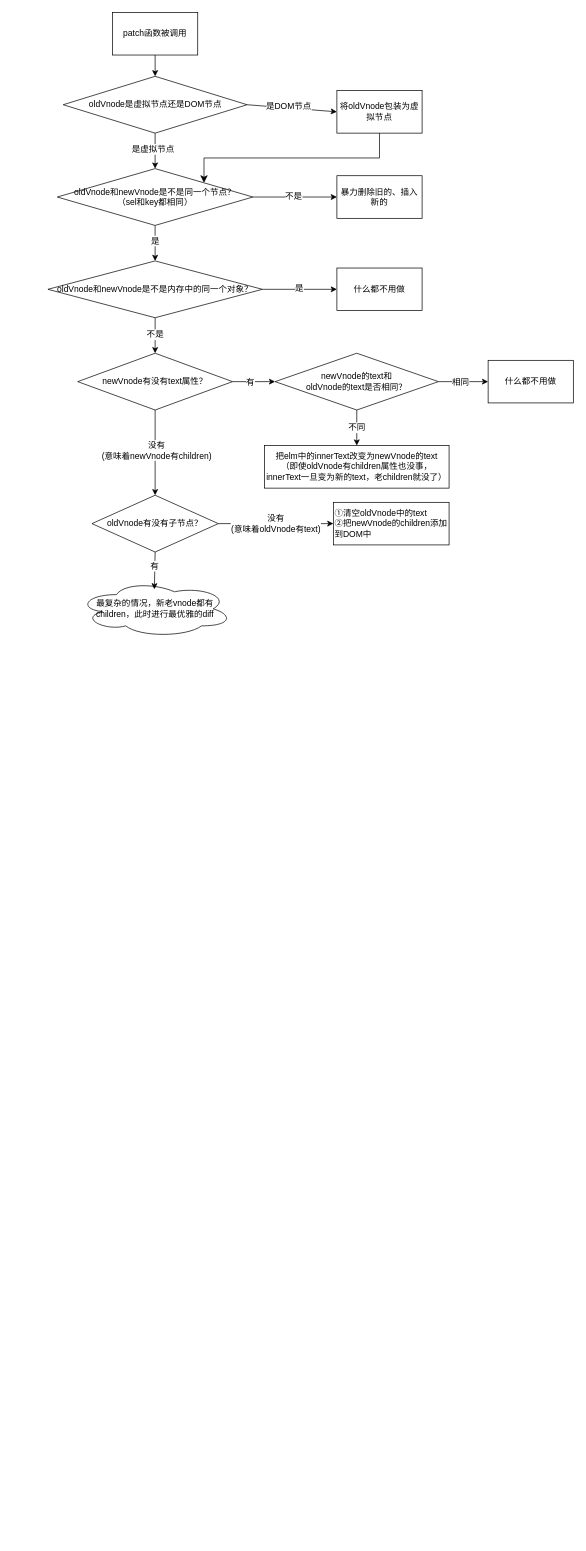
This is process.drawio from lToBContinued/virtual-dom-and-diff-algorithm, a draw.io file, before an edit. Source tidied: cells renumbered, new cells numbered last; positions are measured from the earlier drawing's top-left corner, leaving out a move shared by most shapes. Both pictures are drawn from the tidied source at 71%, with x=0, y=0 at pixel (48, 12).
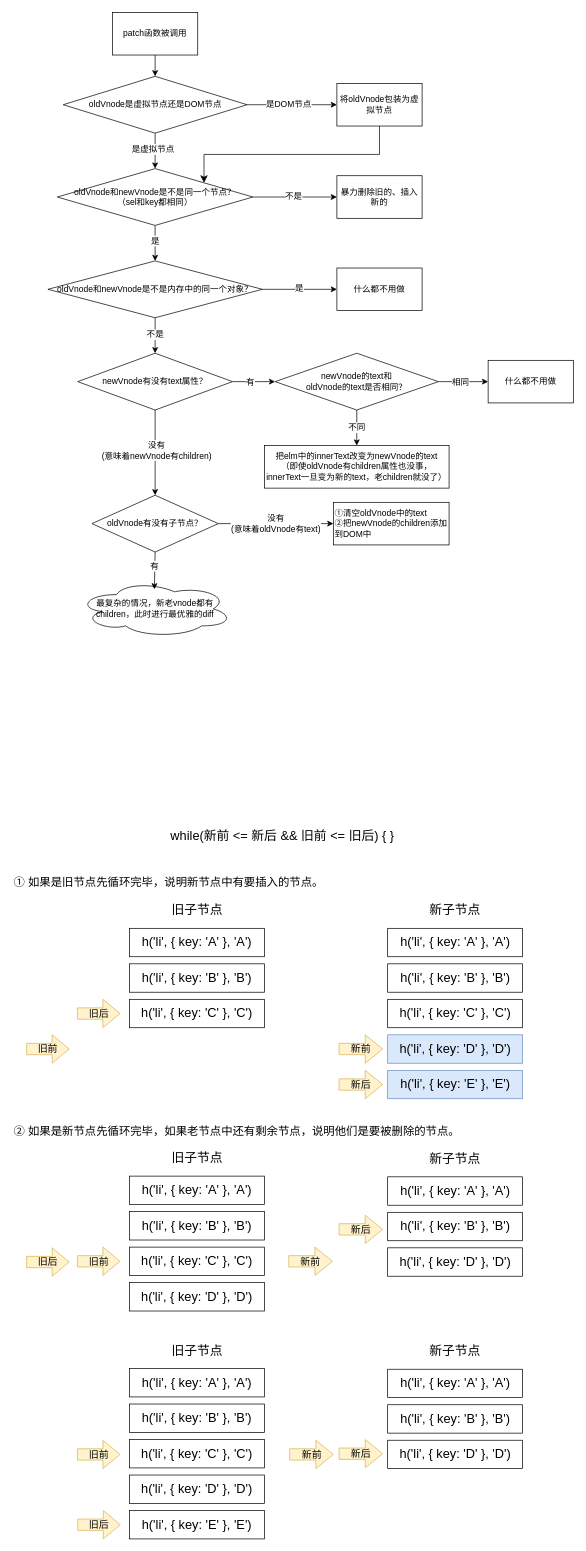
After the change.

The edit, as a diff of the source:
```diff
@@
     <mxCell id="9" value="将oldVnode包装为虚拟节点" style="rounded=0;whiteSpace=wrap;html=1;fontSize=12;" parent="1" vertex="1">
-      <mxGeometry x="407" y="110" width="120" height="60" as="geometry" />
+      <mxGeometry x="407" y="100" width="120" height="60" as="geometry" />
     </mxCell>
@@
+    <mxCell id="42" value="h('li', { key: 'A' }, 'A')" style="rounded=0;whiteSpace=wrap;html=1;fontSize=18;" parent="1" vertex="1">
+      <mxGeometry x="115" y="1290" width="190" height="40" as="geometry" />
+    </mxCell>
+    <mxCell id="43" value="旧子节点" style="text;html=1;align=center;verticalAlign=middle;whiteSpace=wrap;rounded=0;fontSize=18;" parent="1" vertex="1">
+      <mxGeometry x="167.5" y="1250" width="85" height="30" as="geometry" />
+    </mxCell>
+    <mxCell id="44" value="新子节点" style="text;html=1;align=center;verticalAlign=middle;whiteSpace=wrap;rounded=0;fontSize=18;" parent="1" vertex="1">
+      <mxGeometry x="531" y="1250" width="85" height="30" as="geometry" />
+    </mxCell>
+    <mxCell id="45" value="h('li', { key: 'B' }, 'B')" style="rounded=0;whiteSpace=wrap;html=1;fontSize=18;" parent="1" vertex="1">
+      <mxGeometry x="115" y="1340" width="190" height="40" as="geometry" />
+    </mxCell>
+    <mxCell id="46" value="h('li', { key: 'C' }, 'C')" style="rounded=0;whiteSpace=wrap;html=1;fontSize=18;" parent="1" vertex="1">
+      <mxGeometry x="115" y="1390" width="190" height="40" as="geometry" />
+    </mxCell>
+    <mxCell id="47" value="h('li', { key: 'A' }, 'A')" style="rounded=0;whiteSpace=wrap;html=1;fontSize=18;" parent="1" vertex="1">
+      <mxGeometry x="478.5" y="1290" width="190" height="40" as="geometry" />
+    </mxCell>
+    <mxCell id="48" value="h('li', { key: 'B' }, 'B')" style="rounded=0;whiteSpace=wrap;html=1;fontSize=18;" parent="1" vertex="1">
+      <mxGeometry x="478.5" y="1340" width="190" height="40" as="geometry" />
+    </mxCell>
+    <mxCell id="49" value="h('li', { key: 'C' }, 'C')" style="rounded=0;whiteSpace=wrap;html=1;fontSize=18;" parent="1" vertex="1">
+      <mxGeometry x="478.5" y="1390" width="190" height="40" as="geometry" />
+    </mxCell>
+    <mxCell id="50" value="h('li', { key: 'D' }, 'D')" style="rounded=0;whiteSpace=wrap;html=1;fontSize=18;fillColor=#dae8fc;strokeColor=#6c8ebf;" parent="1" vertex="1">
+      <mxGeometry x="478.5" y="1440" width="190" height="40" as="geometry" />
+    </mxCell>
+    <mxCell id="51" value="h('li', { key: 'E' }, 'E')" style="rounded=0;whiteSpace=wrap;html=1;fontSize=18;labelBackgroundColor=none;fillColor=#dae8fc;strokeColor=#6c8ebf;" parent="1" vertex="1">
+      <mxGeometry x="478.5" y="1490" width="190" height="40" as="geometry" />
+    </mxCell>
+    <mxCell id="52" value="新前" style="shape=singleArrow;whiteSpace=wrap;html=1;arrowWidth=0.4;arrowSize=0.4;fontSize=14;fillColor=#fff2cc;strokeColor=#d6b656;" parent="1" vertex="1">
+      <mxGeometry x="410" y="1440" width="61.5" height="40" as="geometry" />
+    </mxCell>
+    <mxCell id="53" value="旧前" style="shape=singleArrow;whiteSpace=wrap;html=1;arrowWidth=0.4;arrowSize=0.4;fontSize=14;fillColor=#fff2cc;strokeColor=#d6b656;" parent="1" vertex="1">
+      <mxGeometry x="-30" y="1440" width="60" height="40" as="geometry" />
+    </mxCell>
+    <mxCell id="54" value="旧后" style="shape=singleArrow;whiteSpace=wrap;html=1;arrowWidth=0.4;arrowSize=0.4;fontSize=14;fillColor=#fff2cc;strokeColor=#d6b656;" parent="1" vertex="1">
+      <mxGeometry x="41.5" y="1390" width="60" height="40" as="geometry" />
+    </mxCell>
+    <mxCell id="55" value="新后" style="shape=singleArrow;whiteSpace=wrap;html=1;arrowWidth=0.4;arrowSize=0.4;fontSize=14;fillColor=#fff2cc;strokeColor=#d6b656;" parent="1" vertex="1">
+      <mxGeometry x="410" y="1490" width="61.5" height="40" as="geometry" />
+    </mxCell>
+    <mxCell id="56" value="while(新前 &amp;lt;= 新后 &amp;amp;&amp;amp; 旧前 &amp;lt;= 旧后) { }" style="text;html=1;align=center;verticalAlign=middle;strokeColor=none;fillColor=none;fontSize=18;" parent="1" vertex="1">
+      <mxGeometry x="160" y="1140" width="340" height="40" as="geometry" />
+    </mxCell>
+    <mxCell id="57" value="① 如果是旧节点先循环完毕，说明新节点中有要插入的节点。" style="text;html=1;align=left;verticalAlign=middle;strokeColor=none;fillColor=none;fontSize=16;" parent="1" vertex="1">
+      <mxGeometry x="-50" y="1210" width="460" height="30" as="geometry" />
+    </mxCell>
+    <mxCell id="58" value="② 如果是新节点先循环完毕，如果老节点中还有剩余节点，说明他们是要被删除的节点。" style="text;html=1;align=left;verticalAlign=middle;strokeColor=none;fillColor=none;fontSize=16;" parent="1" vertex="1">
+      <mxGeometry x="-50" y="1560" width="650" height="30" as="geometry" />
+    </mxCell>
+    <mxCell id="59" value="h('li', { key: 'A' }, 'A')" style="rounded=0;whiteSpace=wrap;html=1;fontSize=18;" parent="1" vertex="1">
+      <mxGeometry x="115" y="1639" width="190" height="40" as="geometry" />
+    </mxCell>
+    <mxCell id="60" value="旧子节点" style="text;html=1;align=center;verticalAlign=middle;whiteSpace=wrap;rounded=0;fontSize=18;" parent="1" vertex="1">
+      <mxGeometry x="167.5" y="1599" width="85" height="30" as="geometry" />
+    </mxCell>
+    <mxCell id="61" value="新子节点" style="text;html=1;align=center;verticalAlign=middle;whiteSpace=wrap;rounded=0;fontSize=18;" parent="1" vertex="1">
+      <mxGeometry x="531" y="1600" width="85" height="30" as="geometry" />
+    </mxCell>
+    <mxCell id="62" value="h('li', { key: 'B' }, 'B')" style="rounded=0;whiteSpace=wrap;html=1;fontSize=18;" parent="1" vertex="1">
+      <mxGeometry x="115" y="1689" width="190" height="40" as="geometry" />
+    </mxCell>
+    <mxCell id="63" value="h('li', { key: 'C' }, 'C')" style="rounded=0;whiteSpace=wrap;html=1;fontSize=18;" parent="1" vertex="1">
+      <mxGeometry x="115" y="1739" width="190" height="40" as="geometry" />
+    </mxCell>
+    <mxCell id="64" value="h('li', { key: 'A' }, 'A')" style="rounded=0;whiteSpace=wrap;html=1;fontSize=18;" parent="1" vertex="1">
+      <mxGeometry x="478.5" y="1640" width="190" height="40" as="geometry" />
+    </mxCell>
+    <mxCell id="65" value="h('li', { key: 'B' }, 'B')" style="rounded=0;whiteSpace=wrap;html=1;fontSize=18;" parent="1" vertex="1">
+      <mxGeometry x="478.5" y="1690" width="190" height="40" as="geometry" />
+    </mxCell>
+    <mxCell id="66" value="h('li', { key: 'D' }, 'D')" style="rounded=0;whiteSpace=wrap;html=1;fontSize=18;" parent="1" vertex="1">
+      <mxGeometry x="115" y="1789" width="190" height="40" as="geometry" />
+    </mxCell>
+    <mxCell id="67" value="新前" style="shape=singleArrow;whiteSpace=wrap;html=1;arrowWidth=0.4;arrowSize=0.4;fontSize=14;fillColor=#fff2cc;strokeColor=#d6b656;" parent="1" vertex="1">
+      <mxGeometry x="339.2" y="1739" width="61.5" height="40" as="geometry" />
+    </mxCell>
+    <mxCell id="68" value="旧前" style="shape=singleArrow;whiteSpace=wrap;html=1;arrowWidth=0.4;arrowSize=0.4;fontSize=14;fillColor=#fff2cc;strokeColor=#d6b656;" parent="1" vertex="1">
+      <mxGeometry x="41.5" y="1739" width="60" height="40" as="geometry" />
+    </mxCell>
+    <mxCell id="69" value="旧后" style="shape=singleArrow;whiteSpace=wrap;html=1;arrowWidth=0.4;arrowSize=0.4;fontSize=14;fillColor=#fff2cc;strokeColor=#d6b656;" parent="1" vertex="1">
+      <mxGeometry x="-30" y="1740" width="60" height="40" as="geometry" />
+    </mxCell>
+    <mxCell id="70" value="新后" style="shape=singleArrow;whiteSpace=wrap;html=1;arrowWidth=0.4;arrowSize=0.4;fontSize=14;fillColor=#fff2cc;strokeColor=#d6b656;" parent="1" vertex="1">
+      <mxGeometry x="410" y="1694" width="61.5" height="40" as="geometry" />
+    </mxCell>
+    <mxCell id="71" value="h('li', { key: 'D' }, 'D')" style="rounded=0;whiteSpace=wrap;html=1;fontSize=18;" parent="1" vertex="1">
+      <mxGeometry x="478.5" y="1740" width="190" height="40" as="geometry" />
+    </mxCell>
+    <mxCell id="72" value="h('li', { key: 'A' }, 'A')" style="rounded=0;whiteSpace=wrap;html=1;fontSize=18;" parent="1" vertex="1">
+      <mxGeometry x="115" y="1910" width="190" height="40" as="geometry" />
+    </mxCell>
+    <mxCell id="73" value="旧子节点" style="text;html=1;align=center;verticalAlign=middle;whiteSpace=wrap;rounded=0;fontSize=18;" parent="1" vertex="1">
+      <mxGeometry x="167.5" y="1870" width="85" height="30" as="geometry" />
+    </mxCell>
+    <mxCell id="74" value="新子节点" style="text;html=1;align=center;verticalAlign=middle;whiteSpace=wrap;rounded=0;fontSize=18;" parent="1" vertex="1">
+      <mxGeometry x="531" y="1871" width="85" height="30" as="geometry" />
+    </mxCell>
+    <mxCell id="75" value="h('li', { key: 'B' }, 'B')" style="rounded=0;whiteSpace=wrap;html=1;fontSize=18;" parent="1" vertex="1">
+      <mxGeometry x="115" y="1960" width="190" height="40" as="geometry" />
+    </mxCell>
+    <mxCell id="76" value="h('li', { key: 'C' }, 'C')" style="rounded=0;whiteSpace=wrap;html=1;fontSize=18;" parent="1" vertex="1">
+      <mxGeometry x="115" y="2010" width="190" height="40" as="geometry" />
+    </mxCell>
+    <mxCell id="77" value="h('li', { key: 'A' }, 'A')" style="rounded=0;whiteSpace=wrap;html=1;fontSize=18;" parent="1" vertex="1">
+      <mxGeometry x="478.5" y="1911" width="190" height="40" as="geometry" />
+    </mxCell>
+    <mxCell id="78" value="h('li', { key: 'B' }, 'B')" style="rounded=0;whiteSpace=wrap;html=1;fontSize=18;" parent="1" vertex="1">
+      <mxGeometry x="478.5" y="1961" width="190" height="40" as="geometry" />
+    </mxCell>
+    <mxCell id="79" value="h('li', { key: 'D' }, 'D')" style="rounded=0;whiteSpace=wrap;html=1;fontSize=18;" parent="1" vertex="1">
+      <mxGeometry x="115" y="2060" width="190" height="40" as="geometry" />
+    </mxCell>
+    <mxCell id="80" value="新前" style="shape=singleArrow;whiteSpace=wrap;html=1;arrowWidth=0.4;arrowSize=0.4;fontSize=14;fillColor=#fff2cc;strokeColor=#d6b656;" parent="1" vertex="1">
+      <mxGeometry x="340.5" y="2011" width="61.5" height="40" as="geometry" />
+    </mxCell>
+    <mxCell id="81" value="旧前" style="shape=singleArrow;whiteSpace=wrap;html=1;arrowWidth=0.4;arrowSize=0.4;fontSize=14;fillColor=#fff2cc;strokeColor=#d6b656;" parent="1" vertex="1">
+      <mxGeometry x="41.5" y="2011" width="60" height="40" as="geometry" />
+    </mxCell>
+    <mxCell id="82" value="旧后" style="shape=singleArrow;whiteSpace=wrap;html=1;arrowWidth=0.4;arrowSize=0.4;fontSize=14;fillColor=#fff2cc;strokeColor=#d6b656;" parent="1" vertex="1">
+      <mxGeometry x="42" y="2110" width="60" height="40" as="geometry" />
+    </mxCell>
+    <mxCell id="83" value="新后" style="shape=singleArrow;whiteSpace=wrap;html=1;arrowWidth=0.4;arrowSize=0.4;fontSize=14;fillColor=#fff2cc;strokeColor=#d6b656;" parent="1" vertex="1">
+      <mxGeometry x="410" y="2010" width="61.5" height="40" as="geometry" />
+    </mxCell>
+    <mxCell id="84" value="h('li', { key: 'D' }, 'D')" style="rounded=0;whiteSpace=wrap;html=1;fontSize=18;" parent="1" vertex="1">
+      <mxGeometry x="478.5" y="2011" width="190" height="40" as="geometry" />
+    </mxCell>
+    <mxCell id="85" value="h('li', { key: 'E' }, 'E')" style="rounded=0;whiteSpace=wrap;html=1;fontSize=18;" parent="1" vertex="1">
+      <mxGeometry x="115" y="2110" width="190" height="40" as="geometry" />
+    </mxCell>
```
